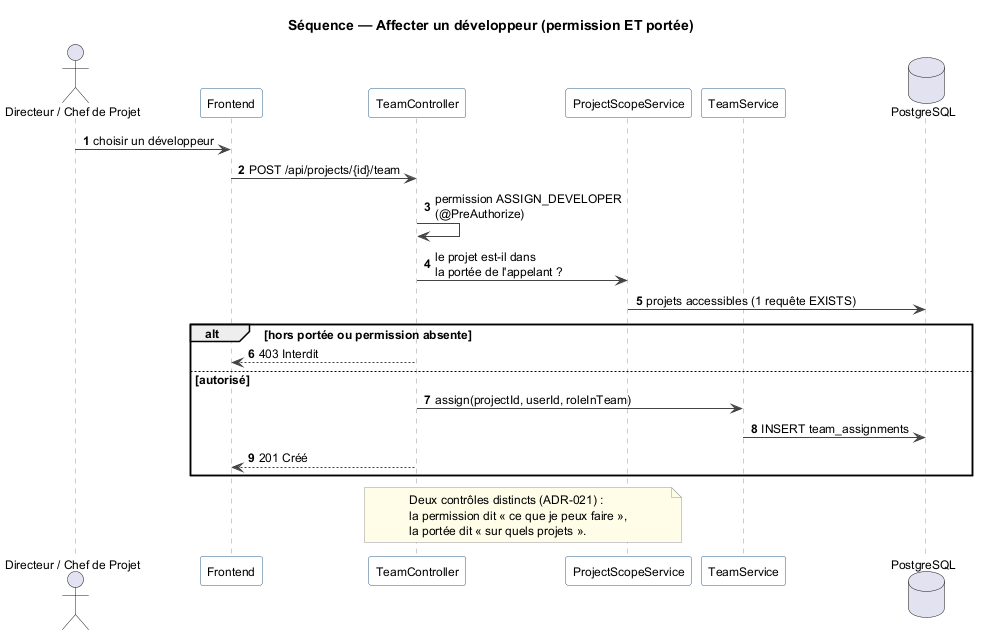
mazenrakrouki/tekup-pms-platform keeps this PlantUML diagram as docs/uml/seq_assign_developer.png. Above is the earlier version.
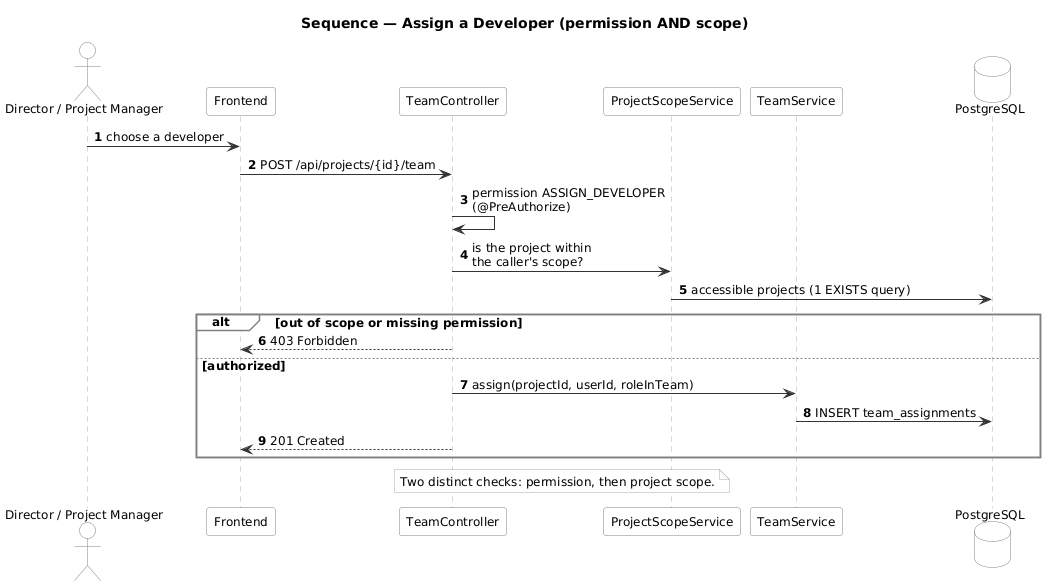
After the commit.

What changed in the source:
```diff
@@ -1,42 +1,49 @@
 @startuml seq_assign_developer
-title Séquence — Affecter un développeur (permission ET portée)
+title Sequence — Assign a Developer (permission AND scope)
 
 skinparam shadowing false
 skinparam defaultFontName Helvetica
 skinparam defaultFontSize 12
 skinparam sequenceParticipantBackgroundColor #FFFFFF
-skinparam sequenceParticipantBorderColor #2C5F8A
-skinparam sequenceLifeLineBorderColor #999999
-skinparam ArrowColor #444444
-skinparam noteBorderColor #999999
-skinparam noteBackgroundColor #FFFDE7
+skinparam actorBackgroundColor #FFFFFF
+skinparam actorBorderColor #808080
+skinparam participantBackgroundColor #FFFFFF
+skinparam participantBorderColor #808080
+skinparam databaseBackgroundColor #FFFFFF
+skinparam databaseBorderColor #808080
+skinparam sequenceGroupBackgroundColor #FFFFFF
+skinparam sequenceGroupBorderColor #808080
+skinparam sequenceReferenceBackgroundColor #FFFFFF
+skinparam sequenceParticipantBorderColor #808080
+skinparam sequenceLifeLineBorderColor #AAAAAA
+skinparam ArrowColor #333333
+skinparam noteBorderColor #AAAAAA
+skinparam noteBackgroundColor #FAFAFA
 autonumber
 
-actor "Directeur / Chef de Projet" as U
+actor "Director / Project Manager" as U
 participant "Frontend" as SPA
 participant "TeamController" as TC
 participant "ProjectScopeService" as SCOPE
 participant "TeamService" as TS
 database "PostgreSQL" as DB
 
-U -> SPA : choisir un développeur
+U -> SPA : choose a developer
 SPA -> TC : POST /api/projects/{id}/team
 TC -> TC : permission ASSIGN_DEVELOPER\n(@PreAuthorize)
-TC -> SCOPE : le projet est-il dans\nla portée de l'appelant ?
-SCOPE -> DB : projets accessibles (1 requête EXISTS)
+TC -> SCOPE : is the project within\nthe caller's scope?
+SCOPE -> DB : accessible projects (1 EXISTS query)
 
-alt hors portée ou permission absente
-  TC --> SPA : 403 Interdit
-else autorisé
+alt out of scope or missing permission
+  TC --> SPA : 403 Forbidden
+else authorized
   TC -> TS : assign(projectId, userId, roleInTeam)
   TS -> DB : INSERT team_assignments
-  TC --> SPA : 201 Créé
+  TC --> SPA : 201 Created
 end
 
 note over TC, SCOPE
-  Deux contrôles distincts (ADR-021) :
-  la permission dit « ce que je peux faire »,
-  la portée dit « sur quels projets ».
+  Two distinct checks: permission, then project scope.
 end note
 
 @enduml
```
